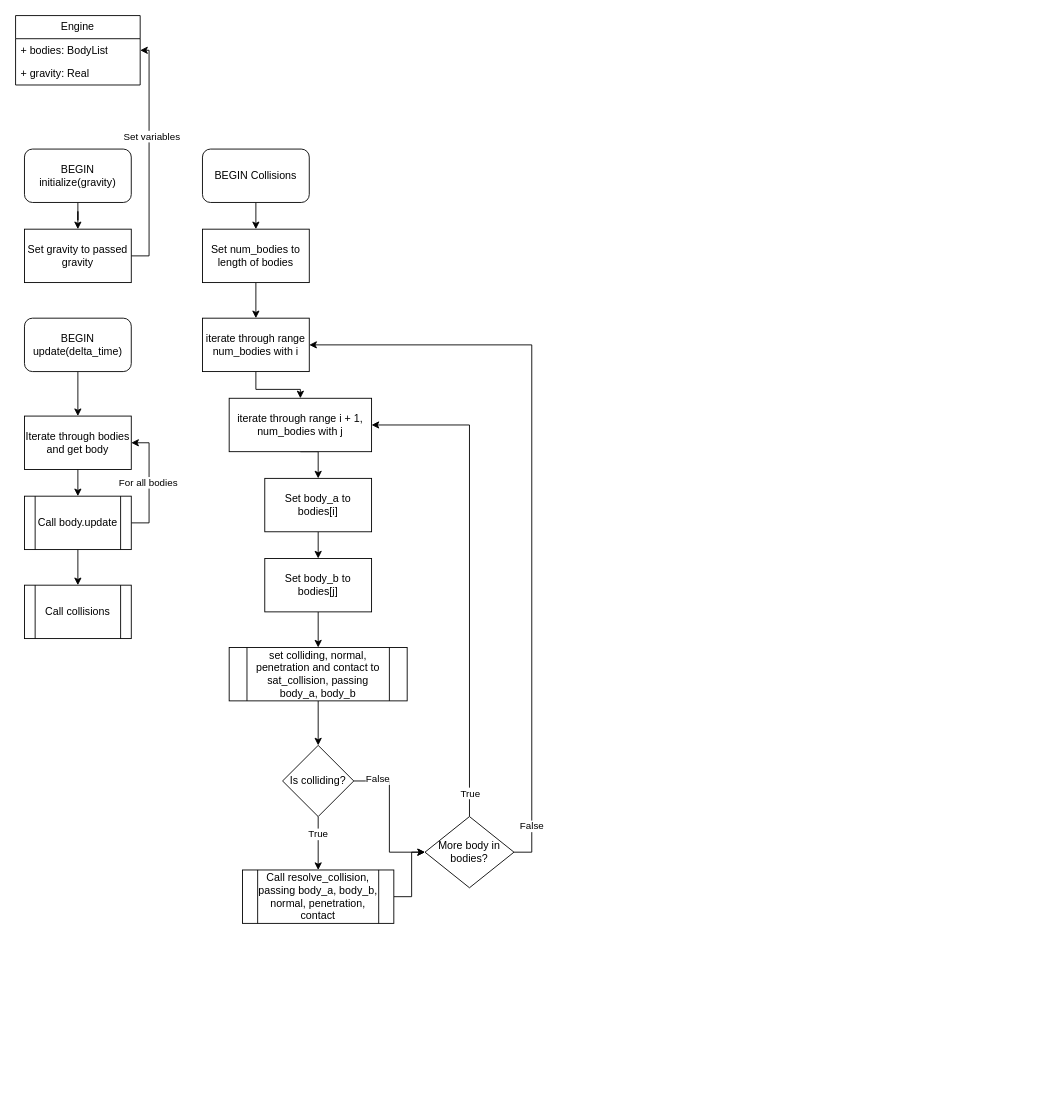
The draw.io diagram physics.drawio in sub-arctic/software-task-1, before the edit. Source tidied: cells renumbered, new cells numbered last; positions are measured from the earlier drawing's top-left corner, leaving out a move shared by most shapes. Both pictures are drawn from the tidied source at 89%, with x=0, y=0 at pixel (15, 15).
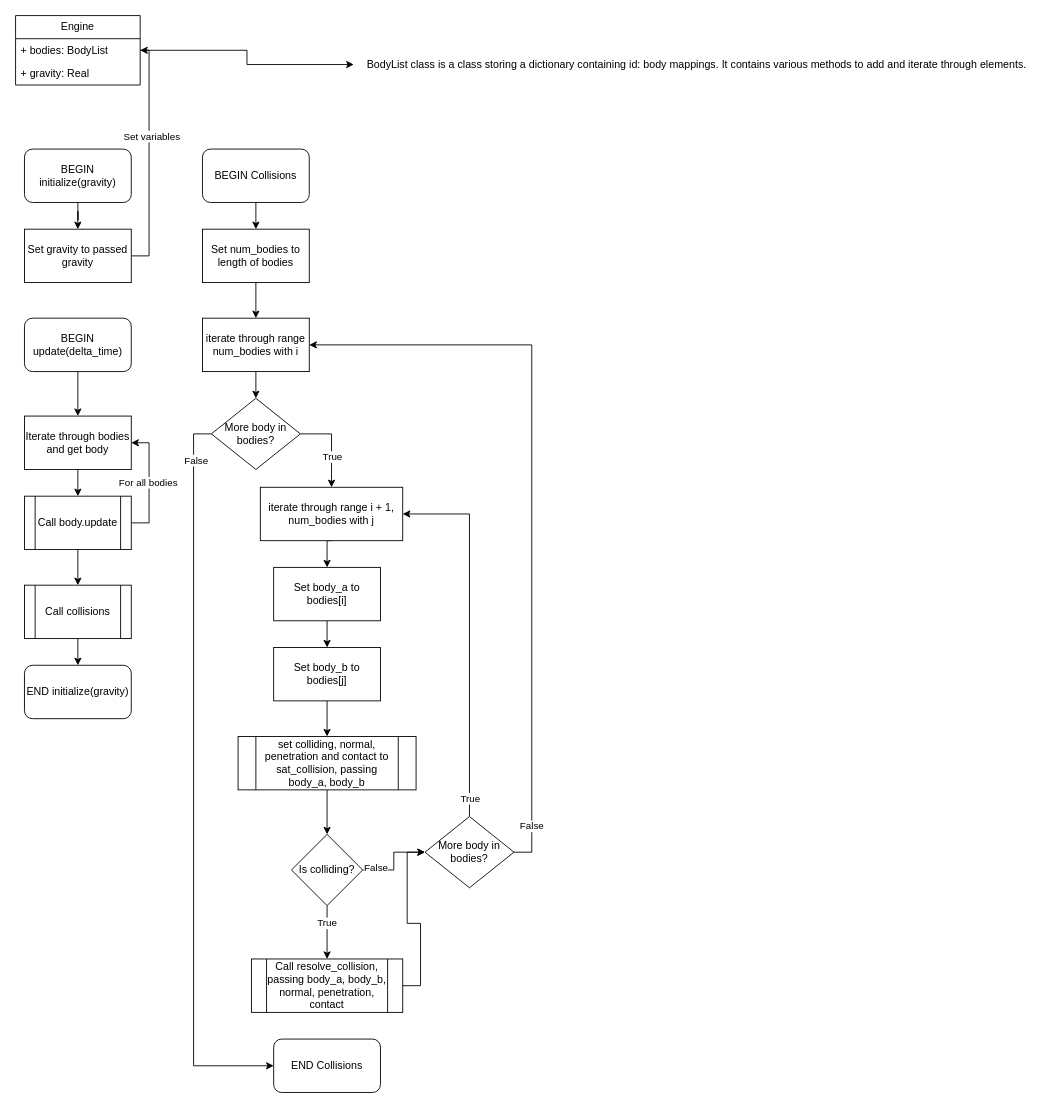
The same page after the edit.

The change refers to these unchanged cells:
```xml
<mxCell id="3" value="+ bodies: BodyList" style="text;strokeColor=none;fillColor=none;align=left;verticalAlign=top;spacingLeft=4;spacingRight=4;overflow=hidden;points=[[0,0.5],[1,0.5]];portConstraint=eastwest;whiteSpace=wrap;html=1;" parent="2" vertex="1">
  <mxGeometry y="26" width="140" height="26" as="geometry" />
</mxCell>
<mxCell id="18" value="Call collisions" style="shape=process;whiteSpace=wrap;html=1;backgroundOutline=1;" parent="1" vertex="1">
  <mxGeometry x="10" y="640" width="120" height="60" as="geometry" />
</mxCell>
<mxCell id="24" value="iterate through range num_bodies with i" style="rounded=0;whiteSpace=wrap;html=1;" parent="1" vertex="1">
  <mxGeometry x="210" y="340" width="120" height="60" as="geometry" />
</mxCell>
```

Diff of the diagram source:
```diff
@@
+    <mxCell id="45" style="edgeStyle=orthogonalEdgeStyle;rounded=0;jettySize=auto;html=1;exitX=0.5;exitY=1;exitDx=0;exitDy=0;entryX=0.5;entryY=0;entryDx=0;entryDy=0;" parent="1" edge="1" source="18" target="46">
+      <mxGeometry relative="1" as="geometry" />
+    </mxCell>
@@
-    <mxCell id="23" style="edgeStyle=orthogonalEdgeStyle;rounded=0;jettySize=auto;html=1;exitX=0.5;exitY=1;exitDx=0;exitDy=0;entryX=0.5;entryY=0;entryDx=0;entryDy=0;" parent="1" edge="1" source="24" target="26">
-      <mxGeometry relative="1" as="geometry" />
-    </mxCell>
@@
     <mxCell id="26" value="iterate through range i + 1, num_bodies with j" style="rounded=0;whiteSpace=wrap;html=1;" parent="1" vertex="1">
-      <mxGeometry x="240" y="430" width="160" height="60" as="geometry" />
+      <mxGeometry x="275" y="530" width="160" height="60" as="geometry" />
     </mxCell>
@@
     <mxCell id="28" value="Set body_a to bodies[i]" style="rounded=0;whiteSpace=wrap;html=1;" parent="1" vertex="1">
-      <mxGeometry x="280" y="520" width="120" height="60" as="geometry" />
+      <mxGeometry x="290" y="620" width="120" height="60" as="geometry" />
     </mxCell>
@@
     <mxCell id="30" value="Set body_b to bodies[j]" style="rounded=0;whiteSpace=wrap;html=1;" parent="1" vertex="1">
-      <mxGeometry x="280" y="610" width="120" height="60" as="geometry" />
+      <mxGeometry x="290" y="710" width="120" height="60" as="geometry" />
     </mxCell>
@@
     <mxCell id="32" value="set colliding, normal, penetration and contact to sat_collision, passing body_a, body_b" style="shape=process;whiteSpace=wrap;html=1;backgroundOutline=1;" parent="1" vertex="1">
-      <mxGeometry x="240" y="710" width="200" height="60" as="geometry" />
+      <mxGeometry x="250" y="810" width="200" height="60" as="geometry" />
     </mxCell>
@@
     <mxCell id="37" value="Is colliding?" style="rhombus;whiteSpace=wrap;html=1;" parent="1" vertex="1">
-      <mxGeometry x="300" y="820" width="80" height="80" as="geometry" />
+      <mxGeometry x="310" y="920" width="80" height="80" as="geometry" />
     </mxCell>
@@
     <mxCell id="39" value="Call resolve_collision, passing body_a, body_b, normal, penetration, contact" style="shape=process;whiteSpace=wrap;html=1;backgroundOutline=1;" parent="1" vertex="1">
-      <mxGeometry x="255" y="960" width="170" height="60" as="geometry" />
+      <mxGeometry x="265" y="1060" width="170" height="60" as="geometry" />
     </mxCell>
@@
+    <mxCell id="46" value="END initialize(gravity)" style="rounded=1;whiteSpace=wrap;html=1;" parent="1" vertex="1">
+      <mxGeometry x="10" y="730" width="120" height="60" as="geometry" />
+    </mxCell>
+    <mxCell id="47" value="BodyList class is a class storing a dictionary containing id: body mappings. It contains various methods to add and iterate through elements." style="text;html=1;align=center;verticalAlign=middle;points=[];strokeColor=none;fillColor=none;" parent="1" vertex="1">
+      <mxGeometry x="380" y="40" width="770" height="30" as="geometry" />
+    </mxCell>
+    <mxCell id="48" style="edgeStyle=orthogonalEdgeStyle;rounded=0;jettySize=auto;html=1;exitX=1;exitY=0.5;exitDx=0;exitDy=0;" parent="1" edge="1" source="3" target="47">
+      <mxGeometry relative="1" as="geometry" />
+    </mxCell>
+    <mxCell id="49" style="edgeStyle=orthogonalEdgeStyle;rounded=0;jettySize=auto;html=1;exitX=0.5;exitY=1;exitDx=0;exitDy=0;entryX=0.5;entryY=0;entryDx=0;entryDy=0;" parent="1" edge="1" source="24" target="54">
+      <mxGeometry relative="1" as="geometry" />
+    </mxCell>
+    <mxCell id="50" style="edgeStyle=orthogonalEdgeStyle;rounded=0;jettySize=auto;html=1;exitX=1;exitY=0.5;exitDx=0;exitDy=0;entryX=0.5;entryY=0;entryDx=0;entryDy=0;" parent="1" edge="1" source="54" target="26">
+      <mxGeometry relative="1" as="geometry" />
+    </mxCell>
+    <mxCell id="51" value="True" style="edgeLabel;html=1;align=center;verticalAlign=middle;" parent="50" vertex="1">
+      <mxGeometry x="0.26" relative="1" as="geometry" />
+    </mxCell>
+    <mxCell id="52" style="edgeStyle=orthogonalEdgeStyle;rounded=0;jettySize=auto;html=1;exitX=0;exitY=0.5;exitDx=0;exitDy=0;entryX=0;entryY=0.5;entryDx=0;entryDy=0;" parent="1" edge="1" source="54" target="55">
+      <mxGeometry relative="1" as="geometry" />
+    </mxCell>
+    <mxCell id="53" value="False" style="edgeLabel;html=1;align=center;verticalAlign=middle;" parent="52" vertex="1">
+      <mxGeometry x="-0.88" y="2" relative="1" as="geometry" />
+    </mxCell>
+    <mxCell id="54" value="More body in bodies?" style="rhombus;whiteSpace=wrap;html=1;" parent="1" vertex="1">
+      <mxGeometry x="220" y="430" width="100" height="80" as="geometry" />
+    </mxCell>
+    <mxCell id="55" value="END Collisions" style="rounded=1;whiteSpace=wrap;html=1;" parent="1" vertex="1">
+      <mxGeometry x="290" y="1150" width="120" height="60" as="geometry" />
+    </mxCell>
```
